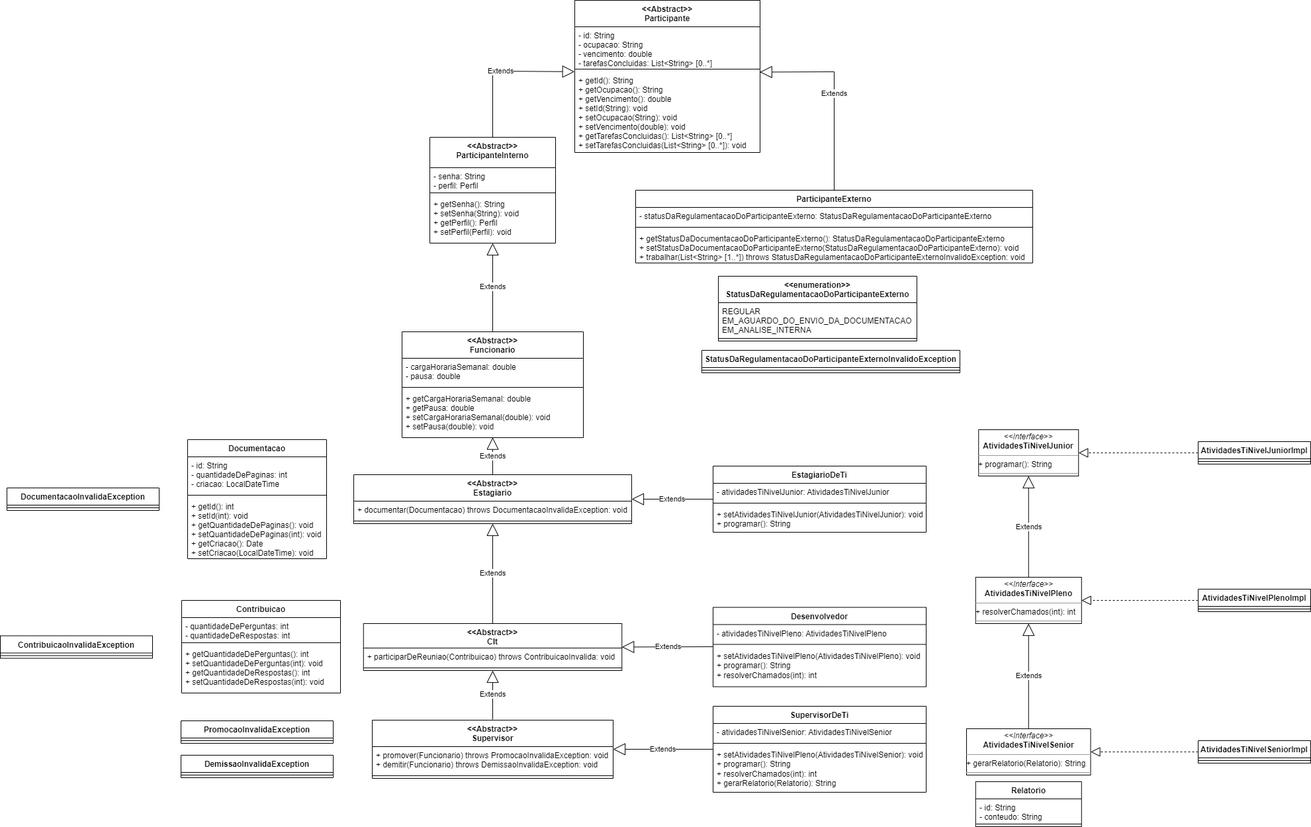
Earlier version of the draw.io export erp.png (andre-alck/erp). Source tidied: cells renumbered, new cells last; positions are measured from the earlier drawing's top-left corner, leaving out a move shared by most shapes.
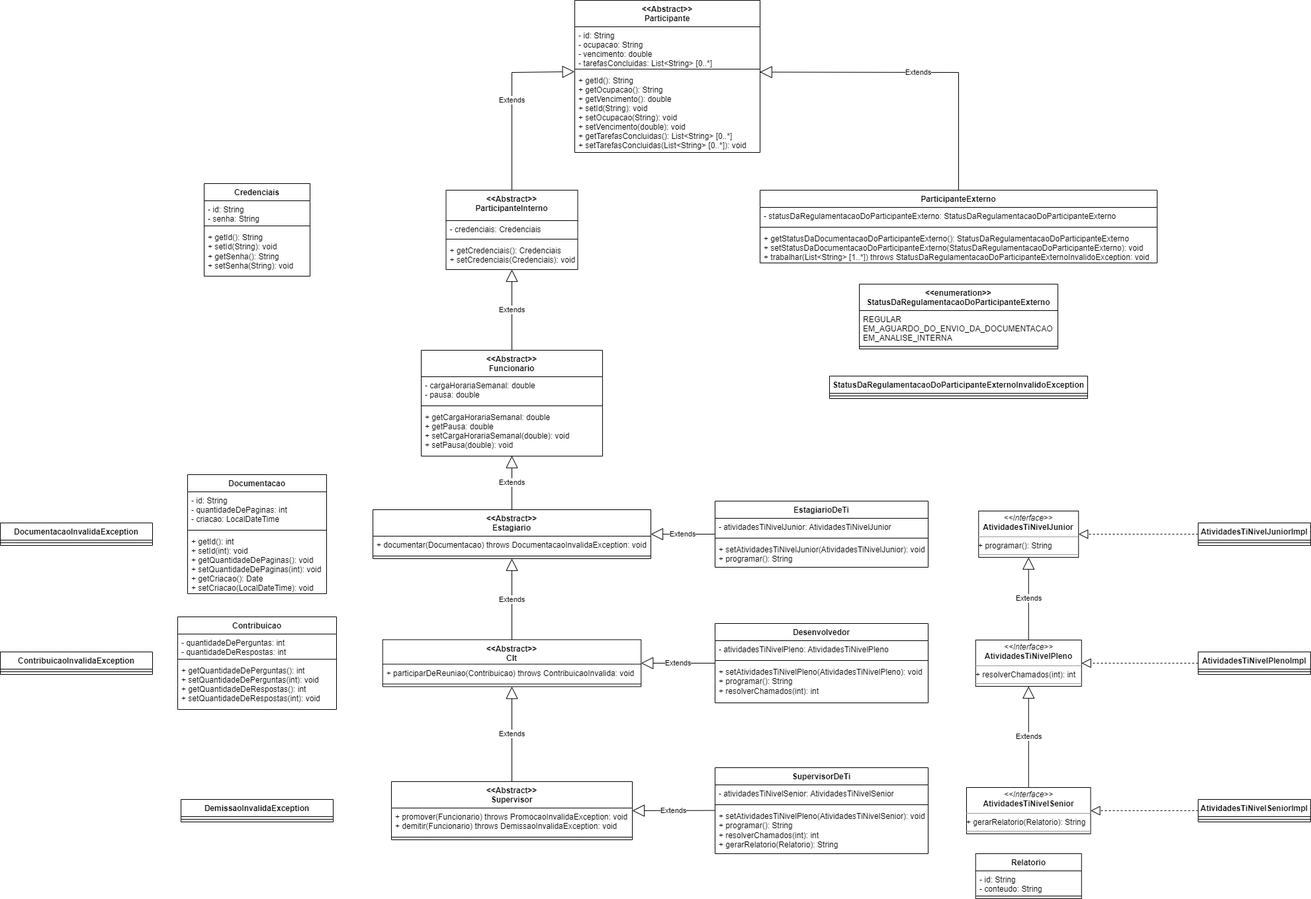
Above is the later version.

Commit message:
docs: update diagrama de classes; add credenciais para autenticacao; reorganiza diagrama

Diff of the diagram source:
```diff
@@ -17,15 +17,15 @@
     <mxCell id="6" value="&lt;&lt;Abstract&gt;&gt;&#10;ParticipanteInterno" style="swimlane;fontStyle=1;align=center;verticalAlign=top;horizontal=1;startSize=46;" parent="1" vertex="1">
-      <mxGeometry x="649" y="207" width="190" height="160" as="geometry" />
+      <mxGeometry x="673.5" y="287" width="199" height="120" as="geometry" />
     </mxCell>
-    <mxCell id="7" value="- senha: String&#10;- perfil: Perfil" style="text;strokeColor=none;fillColor=none;align=left;verticalAlign=top;spacingLeft=4;spacingRight=4;overflow=hidden;" parent="6" vertex="1">
-      <mxGeometry y="46" width="190" height="34" as="geometry" />
+    <mxCell id="7" value="- credenciais: Credenciais" style="text;strokeColor=none;fillColor=none;align=left;verticalAlign=top;spacingLeft=4;spacingRight=4;overflow=hidden;" parent="6" vertex="1">
+      <mxGeometry y="46" width="199" height="24" as="geometry" />
     </mxCell>
     <mxCell id="8" style="line;strokeWidth=1;fillColor=none;align=left;verticalAlign=middle;spacingTop=-1;spacingLeft=3;spacingRight=3;labelPosition=right;strokeColor=inherit;" parent="6" vertex="1">
-      <mxGeometry y="80" width="190" height="8" as="geometry" />
+      <mxGeometry y="70" width="199" height="8" as="geometry" />
     </mxCell>
-    <mxCell id="9" value="+ getSenha(): String&#10;+ setSenha(String): void&#10;+ getPerfil(): Perfil&#10;+ setPerfil(Perfil): void" style="text;strokeColor=none;fillColor=none;align=left;verticalAlign=top;spacingLeft=4;spacingRight=4;overflow=hidden;points=[[0,0.5],[1,0.5]];portConstraint=eastwest;" parent="6" vertex="1">
-      <mxGeometry y="88" width="190" height="72" as="geometry" />
+    <mxCell id="9" value="+ getCredenciais(): Credenciais&#10;+ setCredenciais(Credenciais): void" style="text;strokeColor=none;fillColor=none;align=left;verticalAlign=top;spacingLeft=4;spacingRight=4;overflow=hidden;points=[[0,0.5],[1,0.5]];portConstraint=eastwest;" parent="6" vertex="1">
+      <mxGeometry y="78" width="199" height="42" as="geometry" />
     </mxCell>
     <mxCell id="10" value="&lt;&lt;Abstract&gt;&gt;&#10;Funcionario" style="swimlane;fontStyle=1;align=center;verticalAlign=top;horizontal=1;startSize=40;" parent="1" vertex="1">
-      <mxGeometry x="607" y="501" width="274" height="160" as="geometry" />
+      <mxGeometry x="636" y="529" width="274" height="160" as="geometry" />
     </mxCell>
@@ -43,3 +43,3 @@
         <Array as="points">
-          <mxPoint x="744" y="107" />
+          <mxPoint x="773" y="109" />
         </Array>
@@ -57,3 +57,3 @@
     <mxCell id="18" value="ParticipanteExterno" style="swimlane;fontStyle=1;align=center;verticalAlign=top;horizontal=1;startSize=26;" parent="1" vertex="1">
-      <mxGeometry x="960" y="287" width="600" height="110" as="geometry" />
+      <mxGeometry x="1148" y="287" width="600" height="110" as="geometry" />
     </mxCell>
@@ -69,3 +69,3 @@
     <mxCell id="22" value="&lt;&lt;enumeration&gt;&gt;&#10;StatusDaRegulamentacaoDoParticipanteExterno" style="swimlane;fontStyle=1;align=center;verticalAlign=top;horizontal=1;startSize=40;" parent="1" vertex="1">
-      <mxGeometry x="1085" y="417" width="300" height="98" as="geometry" />
+      <mxGeometry x="1298" y="429" width="300" height="98" as="geometry" />
     </mxCell>
@@ -78,3 +78,3 @@
     <mxCell id="25" value="&lt;&lt;Abstract&gt;&gt;&#10;Estagiario" style="swimlane;fontStyle=1;align=center;verticalAlign=top;horizontal=1;startSize=40;" parent="1" vertex="1">
-      <mxGeometry x="534" y="717" width="420" height="74" as="geometry" />
+      <mxGeometry x="563" y="770" width="420" height="74" as="geometry" />
     </mxCell>
@@ -89,9 +89,4 @@
     </mxCell>
-    <mxCell id="29" value="Extends" style="endArrow=block;endSize=16;endFill=0;html=1;rounded=0;exitX=0;exitY=0.5;exitDx=0;exitDy=0;entryX=1;entryY=0.5;entryDx=0;entryDy=0;" parent="1" edge="1" target="25">
-      <mxGeometry relative="1" as="geometry">
-        <mxPoint x="1077" y="754" as="sourcePoint" />
-      </mxGeometry>
-    </mxCell>
     <mxCell id="30" value="Documentacao" style="swimlane;fontStyle=1;align=center;verticalAlign=top;horizontal=1;startSize=26;" parent="1" vertex="1">
-      <mxGeometry x="283" y="664" width="210" height="180" as="geometry" />
+      <mxGeometry x="283" y="717" width="210" height="180" as="geometry" />
     </mxCell>
@@ -107,3 +102,3 @@
     <mxCell id="34" value="&lt;&lt;Abstract&gt;&gt;&#10;Clt" style="swimlane;fontStyle=1;align=center;verticalAlign=top;horizontal=1;startSize=37;" parent="1" vertex="1">
-      <mxGeometry x="548.8" y="942" width="390.5" height="71" as="geometry" />
+      <mxGeometry x="577.8" y="966.5" width="390.5" height="71" as="geometry" />
     </mxCell>
@@ -115,7 +110,2 @@
     </mxCell>
-    <mxCell id="37" value="Extends" style="endArrow=block;endSize=16;endFill=0;html=1;rounded=0;exitX=0.5;exitY=0;exitDx=0;exitDy=0;entryX=0.5;entryY=1;entryDx=0;entryDy=0;" parent="1" edge="1" target="34">
-      <mxGeometry relative="1" as="geometry">
-        <mxPoint x="744" y="1087" as="sourcePoint" />
-      </mxGeometry>
-    </mxCell>
     <mxCell id="38" value="Extends" style="endArrow=block;endSize=16;endFill=0;html=1;rounded=0;exitX=0.5;exitY=0;exitDx=0;exitDy=0;entryX=0.5;entryY=1;entryDx=0;entryDy=0;" parent="1" edge="1" source="34" target="25">
@@ -124,3 +114,3 @@
     <mxCell id="39" value="&lt;&lt;Abstract&gt;&gt;&#10;Supervisor" style="swimlane;fontStyle=1;align=center;verticalAlign=top;horizontal=1;startSize=40;" parent="1" vertex="1">
-      <mxGeometry x="562" y="1088" width="364" height="88" as="geometry" />
+      <mxGeometry x="591" y="1181" width="364" height="88" as="geometry" />
     </mxCell>
@@ -133,12 +123,12 @@
     <mxCell id="42" value="&lt;p style=&quot;margin:0px;margin-top:4px;text-align:center;&quot;&gt;&lt;i&gt;&amp;lt;&amp;lt;Interface&amp;gt;&amp;gt;&lt;/i&gt;&lt;br&gt;&lt;b style=&quot;border-color: var(--border-color);&quot;&gt;AtividadesTiNivelJunior&lt;/b&gt;&lt;br&gt;&lt;/p&gt;&lt;hr size=&quot;1&quot;&gt;+ programar(): String&lt;br&gt;&lt;hr size=&quot;1&quot;&gt;&lt;p style=&quot;margin:0px;margin-left:4px;&quot;&gt;&lt;br&gt;&lt;/p&gt;" style="verticalAlign=top;align=left;overflow=fill;fontSize=12;fontFamily=Helvetica;html=1;" parent="1" vertex="1">
-      <mxGeometry x="1478.2" y="649" width="151" height="70" as="geometry" />
+      <mxGeometry x="1478.2" y="772" width="151" height="70" as="geometry" />
     </mxCell>
     <mxCell id="43" value="&lt;p style=&quot;margin:0px;margin-top:4px;text-align:center;&quot;&gt;&lt;i&gt;&amp;lt;&amp;lt;Interface&amp;gt;&amp;gt;&lt;/i&gt;&lt;br&gt;&lt;b style=&quot;border-color: var(--border-color);&quot;&gt;AtividadesTiNivelPleno&lt;/b&gt;&lt;br&gt;&lt;/p&gt;&lt;hr size=&quot;1&quot;&gt;+ resolverChamados(int): int&lt;br&gt;&lt;hr size=&quot;1&quot;&gt;&lt;p style=&quot;margin:0px;margin-left:4px;&quot;&gt;&lt;br&gt;&lt;/p&gt;" style="verticalAlign=top;align=left;overflow=fill;fontSize=12;fontFamily=Helvetica;html=1;" parent="1" vertex="1">
-      <mxGeometry x="1473.8" y="872" width="160" height="70" as="geometry" />
+      <mxGeometry x="1473.8" y="967" width="160" height="70" as="geometry" />
     </mxCell>
     <mxCell id="44" value="&lt;p style=&quot;margin:0px;margin-top:4px;text-align:center;&quot;&gt;&lt;i&gt;&amp;lt;&amp;lt;Interface&amp;gt;&amp;gt;&lt;/i&gt;&lt;br&gt;&lt;b style=&quot;border-color: var(--border-color);&quot;&gt;AtividadesTiNivelSenior&lt;/b&gt;&lt;br&gt;&lt;/p&gt;&lt;hr size=&quot;1&quot;&gt;+ gerarRelatorio(Relatorio): String&lt;br&gt;&lt;hr size=&quot;1&quot;&gt;&lt;p style=&quot;margin:0px;margin-left:4px;&quot;&gt;&lt;br&gt;&lt;/p&gt;" style="verticalAlign=top;align=left;overflow=fill;fontSize=12;fontFamily=Helvetica;html=1;" parent="1" vertex="1">
-      <mxGeometry x="1460" y="1101" width="187.5" height="70" as="geometry" />
+      <mxGeometry x="1460" y="1190" width="187.5" height="70" as="geometry" />
     </mxCell>
     <mxCell id="45" value="Contribuicao" style="swimlane;fontStyle=1;align=center;verticalAlign=top;horizontal=1;startSize=26;" parent="1" vertex="1">
-      <mxGeometry x="274" y="907" width="240" height="140" as="geometry" />
+      <mxGeometry x="268" y="932" width="240" height="140" as="geometry" />
     </mxCell>
@@ -153,9 +143,4 @@
     </mxCell>
-    <mxCell id="49" value="Extends" style="endArrow=block;endSize=16;endFill=0;html=1;rounded=0;entryX=1;entryY=0.5;entryDx=0;entryDy=0;exitX=0;exitY=0.5;exitDx=0;exitDy=0;" parent="1" edge="1" target="34">
-      <mxGeometry relative="1" as="geometry">
-        <mxPoint x="1077" y="977" as="sourcePoint" />
-      </mxGeometry>
-    </mxCell>
     <mxCell id="50" value="StatusDaRegulamentacaoDoParticipanteExternoInvalidoException" style="swimlane;fontStyle=1;align=center;verticalAlign=top;horizontal=1;startSize=26;whiteSpace=wrap;html=1;" parent="1" vertex="1">
-      <mxGeometry x="1060" y="529" width="390" height="34" as="geometry" />
+      <mxGeometry x="1253" y="568" width="390" height="34" as="geometry" />
     </mxCell>
@@ -167,3 +152,3 @@
         <Array as="points">
-          <mxPoint x="1260" y="108" />
+          <mxPoint x="1448" y="109" />
         </Array>
@@ -172,3 +157,3 @@
     <mxCell id="53" value="DocumentacaoInvalidaException" style="swimlane;fontStyle=1;align=center;verticalAlign=top;horizontal=1;startSize=26;whiteSpace=wrap;html=1;" parent="1" vertex="1">
-      <mxGeometry x="10" y="737" width="230" height="34" as="geometry" />
+      <mxGeometry y="790" width="230" height="34" as="geometry" />
     </mxCell>
@@ -178,3 +163,3 @@
     <mxCell id="55" value="ContribuicaoInvalidaException" style="swimlane;fontStyle=1;align=center;verticalAlign=top;horizontal=1;startSize=26;whiteSpace=wrap;html=1;" parent="1" vertex="1">
-      <mxGeometry y="960.5" width="230" height="34" as="geometry" />
+      <mxGeometry y="985" width="230" height="34" as="geometry" />
     </mxCell>
@@ -184,3 +169,3 @@
     <mxCell id="57" value="PromocaoInvalidaException" style="swimlane;fontStyle=1;align=center;verticalAlign=top;horizontal=1;startSize=26;whiteSpace=wrap;html=1;" parent="1" vertex="1">
-      <mxGeometry x="273" y="1089" width="230" height="34" as="geometry" />
+      <mxGeometry x="273" y="1208" width="230" height="34" as="geometry" />
     </mxCell>
@@ -189,9 +174,4 @@
     </mxCell>
-    <mxCell id="59" value="Extends" style="endArrow=block;endSize=16;endFill=0;html=1;rounded=0;exitX=0;exitY=0.5;exitDx=0;exitDy=0;entryX=1;entryY=0.5;entryDx=0;entryDy=0;" parent="1" edge="1" target="39">
-      <mxGeometry relative="1" as="geometry">
-        <mxPoint x="1077" y="1132" as="sourcePoint" />
-      </mxGeometry>
-    </mxCell>
     <mxCell id="60" value="DemissaoInvalidaException" style="swimlane;fontStyle=1;align=center;verticalAlign=top;horizontal=1;startSize=26;whiteSpace=wrap;html=1;" parent="1" vertex="1">
-      <mxGeometry x="273" y="1141" width="230" height="34" as="geometry" />
+      <mxGeometry x="273" y="1208" width="230" height="34" as="geometry" />
     </mxCell>
@@ -201,3 +181,3 @@
     <mxCell id="62" value="EstagiarioDeTi" style="swimlane;fontStyle=1;align=center;verticalAlign=top;horizontal=1;startSize=26;whiteSpace=wrap;html=1;" parent="1" vertex="1">
-      <mxGeometry x="1077" y="704" width="322" height="100" as="geometry" />
+      <mxGeometry x="1080" y="757" width="322" height="100" as="geometry" />
     </mxCell>
@@ -213,3 +193,3 @@
     <mxCell id="66" value="AtividadesTiNivelJuniorImpl" style="swimlane;fontStyle=1;align=center;verticalAlign=top;horizontal=1;startSize=26;whiteSpace=wrap;html=1;" parent="1" vertex="1">
-      <mxGeometry x="1810" y="667" width="170" height="34" as="geometry" />
+      <mxGeometry x="1810" y="790" width="170" height="34" as="geometry" />
     </mxCell>
@@ -218,9 +198,4 @@
     </mxCell>
-    <mxCell id="68" style="endArrow=block;dashed=1;endFill=0;endSize=12;html=1;rounded=0;entryX=1;entryY=0.5;entryDx=0;entryDy=0;" parent="1" edge="1" target="42">
-      <mxGeometry relative="1" as="geometry">
-        <mxPoint x="1810" y="684" as="sourcePoint" />
-      </mxGeometry>
-    </mxCell>
     <mxCell id="69" value="AtividadesTiNivelPlenoImpl" style="swimlane;fontStyle=1;align=center;verticalAlign=top;horizontal=1;startSize=26;whiteSpace=wrap;html=1;" parent="1" vertex="1">
-      <mxGeometry x="1810" y="890" width="170" height="34" as="geometry" />
+      <mxGeometry x="1810" y="985" width="170" height="34" as="geometry" />
     </mxCell>
@@ -229,7 +204,4 @@
     </mxCell>
-    <mxCell id="71" style="endArrow=block;dashed=1;endFill=0;endSize=12;html=1;rounded=0;entryX=1;entryY=0.5;entryDx=0;entryDy=0;exitX=0;exitY=0.5;exitDx=0;exitDy=0;" parent="1" edge="1" source="69" target="43">
-      <mxGeometry relative="1" as="geometry" />
-    </mxCell>
     <mxCell id="72" value="AtividadesTiNivelSeniorImpl" style="swimlane;fontStyle=1;align=center;verticalAlign=top;horizontal=1;startSize=26;whiteSpace=wrap;html=1;" parent="1" vertex="1">
-      <mxGeometry x="1810" y="1119" width="170" height="34" as="geometry" />
+      <mxGeometry x="1810" y="1208" width="170" height="34" as="geometry" />
     </mxCell>
@@ -238,7 +210,4 @@
     </mxCell>
-    <mxCell id="74" style="endArrow=block;dashed=1;endFill=0;endSize=12;html=1;rounded=0;exitX=0;exitY=0.5;exitDx=0;exitDy=0;entryX=1;entryY=0.5;entryDx=0;entryDy=0;" parent="1" edge="1" source="72" target="44">
-      <mxGeometry relative="1" as="geometry" />
-    </mxCell>
     <mxCell id="75" value="Desenvolvedor" style="swimlane;fontStyle=1;align=center;verticalAlign=top;horizontal=1;startSize=26;whiteSpace=wrap;html=1;" parent="1" vertex="1">
-      <mxGeometry x="1077" y="917.5" width="322" height="120" as="geometry" />
+      <mxGeometry x="1080" y="942" width="322" height="120" as="geometry" />
     </mxCell>
@@ -254,3 +223,3 @@
     <mxCell id="79" value="SupervisorDeTi" style="swimlane;fontStyle=1;align=center;verticalAlign=top;horizontal=1;startSize=26;whiteSpace=wrap;html=1;" parent="1" vertex="1">
-      <mxGeometry x="1077" y="1067" width="322" height="130" as="geometry" />
+      <mxGeometry x="1080" y="1160" width="322" height="130" as="geometry" />
     </mxCell>
@@ -266,3 +235,3 @@
     <mxCell id="83" value="Relatorio" style="swimlane;fontStyle=1;align=center;verticalAlign=top;horizontal=1;startSize=26;whiteSpace=wrap;html=1;" parent="1" vertex="1">
-      <mxGeometry x="1473.8" y="1181" width="160" height="68" as="geometry" />
+      <mxGeometry x="1473.8" y="1290" width="160" height="68" as="geometry" />
     </mxCell>
@@ -274,2 +243,35 @@
     </mxCell>
+    <mxCell id="37" value="Extends" style="endArrow=block;endSize=16;endFill=0;html=1;rounded=0;exitX=0.5;exitY=0;exitDx=0;exitDy=0;entryX=0.5;entryY=1;entryDx=0;entryDy=0;" parent="1" edge="1" source="39" target="34">
+      <mxGeometry relative="1" as="geometry" />
+    </mxCell>
+    <mxCell id="86" value="Extends" style="endArrow=block;endSize=16;endFill=0;html=1;rounded=0;entryX=1;entryY=0.5;entryDx=0;entryDy=0;exitX=0;exitY=0.5;exitDx=0;exitDy=0;" parent="1" edge="1" source="75" target="34">
+      <mxGeometry relative="1" as="geometry" />
+    </mxCell>
+    <mxCell id="87" value="Extends" style="endArrow=block;endSize=16;endFill=0;html=1;rounded=0;entryX=1;entryY=0.5;entryDx=0;entryDy=0;exitX=0;exitY=0.5;exitDx=0;exitDy=0;" parent="1" edge="1" source="62" target="25">
+      <mxGeometry relative="1" as="geometry" />
+    </mxCell>
+    <mxCell id="88" value="Extends" style="endArrow=block;endSize=16;endFill=0;html=1;rounded=0;exitX=0.001;exitY=0.066;exitDx=0;exitDy=0;exitPerimeter=0;entryX=1;entryY=0.5;entryDx=0;entryDy=0;" parent="1" edge="1" source="82" target="39">
+      <mxGeometry relative="1" as="geometry" />
+    </mxCell>
+    <mxCell id="89" style="endArrow=block;dashed=1;endFill=0;endSize=12;html=1;rounded=0;exitX=0;exitY=0.5;exitDx=0;exitDy=0;entryX=1;entryY=0.5;entryDx=0;entryDy=0;" parent="1" edge="1" source="66" target="42">
+      <mxGeometry relative="1" as="geometry" />
+    </mxCell>
+    <mxCell id="71" style="endArrow=block;dashed=1;endFill=0;endSize=12;html=1;rounded=0;exitX=0;exitY=0.5;exitDx=0;exitDy=0;entryX=1;entryY=0.5;entryDx=0;entryDy=0;" parent="1" edge="1" source="69" target="43">
+      <mxGeometry relative="1" as="geometry" />
+    </mxCell>
+    <mxCell id="74" style="endArrow=block;dashed=1;endFill=0;endSize=12;html=1;rounded=0;exitX=0;exitY=0.5;exitDx=0;exitDy=0;entryX=1;entryY=0.5;entryDx=0;entryDy=0;" parent="1" edge="1" source="72" target="44">
+      <mxGeometry relative="1" as="geometry" />
+    </mxCell>
+    <mxCell id="90" value="Credenciais" style="swimlane;fontStyle=1;align=center;verticalAlign=top;horizontal=1;startSize=26;whiteSpace=wrap;html=1;" parent="1" vertex="1">
+      <mxGeometry x="308" y="277" width="160" height="140" as="geometry" />
+    </mxCell>
+    <mxCell id="91" value="- id: String&lt;br&gt;- senha: String" style="text;strokeColor=none;fillColor=none;align=left;verticalAlign=top;spacingLeft=4;spacingRight=4;overflow=hidden;whiteSpace=wrap;html=1;" parent="90" vertex="1">
+      <mxGeometry y="26" width="160" height="34" as="geometry" />
+    </mxCell>
+    <mxCell id="92" style="line;strokeWidth=1;fillColor=none;align=left;verticalAlign=middle;spacingTop=-1;spacingLeft=3;spacingRight=3;labelPosition=right;strokeColor=inherit;" parent="90" vertex="1">
+      <mxGeometry y="60" width="160" height="8" as="geometry" />
+    </mxCell>
+    <mxCell id="93" value="+ getId(): String&lt;br&gt;+ setId(String): void&lt;br&gt;+ getSenha(): String&lt;br&gt;+ setSenha(String): void" style="text;strokeColor=none;fillColor=none;align=left;verticalAlign=top;spacingLeft=4;spacingRight=4;overflow=hidden;whiteSpace=wrap;html=1;" parent="90" vertex="1">
+      <mxGeometry y="68" width="160" height="72" as="geometry" />
+    </mxCell>
   </root>
```
